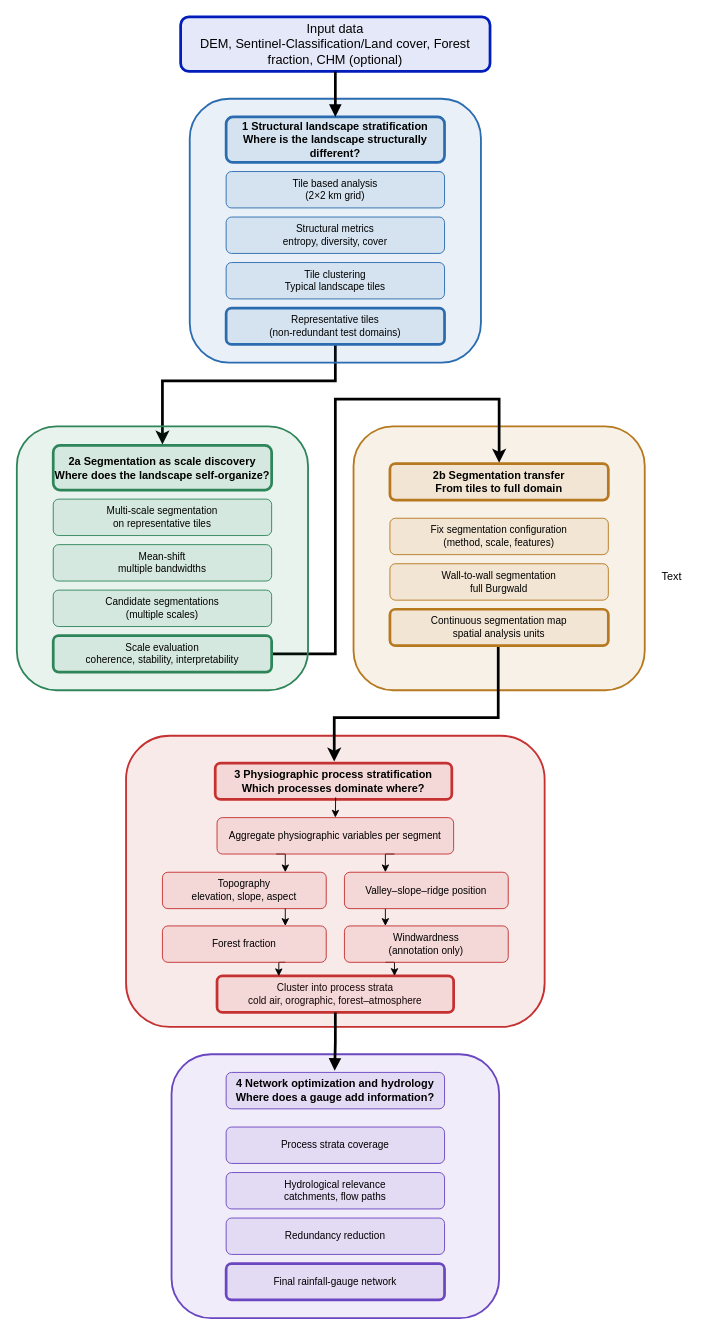
This is images/workflow.drawio from gisma-courses/LV-19-d19-006-25, a draw.io file, before an edit. Source tidied: cells renumbered, new cells numbered last; positions are measured from the earlier drawing's top-left corner, leaving out a move shared by most shapes. Both pictures are drawn from the tidied source at 91%, with x=0, y=0 at pixel (16, 16).
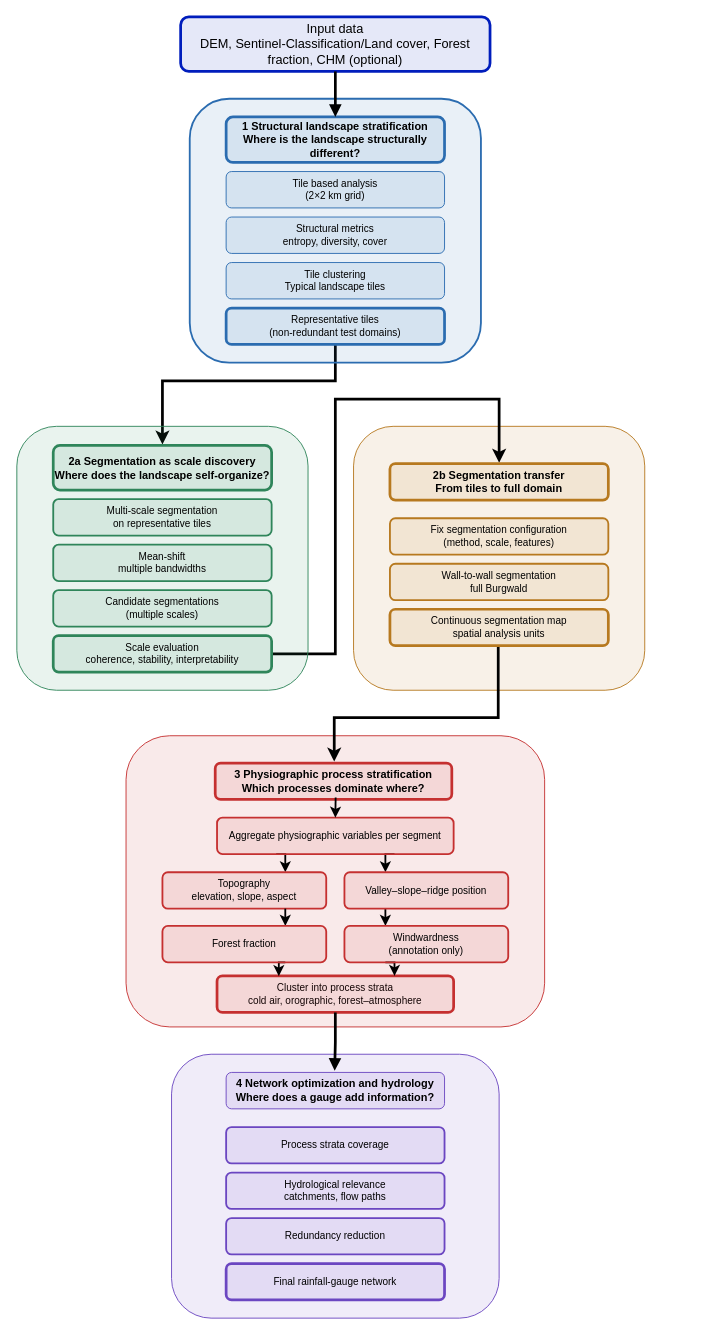
The same page after the edit.

Unchanged cells that the change refers to:
```xml
<mxCell id="3" style="group;fontColor=light-dark(#000000,#000000);strokeWidth=10;" parent="1" vertex="1">
  <mxGeometry x="120" y="790" width="460" height="320" as="geometry" />
</mxCell>
<mxCell id="4" value="Cluster into process strata&#10;cold air, orographic, forest–atmosphere" style="rounded=1;whiteSpace=wrap;html=1;fillColor=#C53030;fillOpacity=10;strokeColor=#C53030;fontSize=11;strokeWidth=3;fontColor=light-dark(#000000,#000000);" parent="3" vertex="1">
  <mxGeometry x="100" y="264" width="260" height="40" as="geometry" />
</mxCell>
<mxCell id="14" value="&lt;span style=&quot;font-size: 12px; font-weight: 700;&quot;&gt;3 Physiographic process stratification&lt;/span&gt;&lt;br style=&quot;font-size: 12px; font-weight: 700;&quot;&gt;&lt;span style=&quot;font-size: 12px; font-weight: 700;&quot;&gt;Which processes dominate where?&lt;/span&gt;" style="rounded=1;whiteSpace=wrap;html=1;fillColor=#C53030;fillOpacity=10;strokeColor=#C53030;fontSize=11;fontColor=light-dark(#000000,#000000);strokeWidth=3;" parent="3" vertex="1">
  <mxGeometry x="98" y="30" width="260" height="40" as="geometry" />
</mxCell>
```

The edit, as a diff of the source:
```diff
@@
-    <mxCell id="2" style="rounded=1;whiteSpace=wrap;html=1;fillColor=#B7791F;fillOpacity=10;strokeColor=#B7791F;strokeWidth=2;fontColor=light-dark(#000000,#000000);" parent="1" vertex="1">
+    <mxCell id="2" style="rounded=1;whiteSpace=wrap;html=1;fillColor=#B7791F;fillOpacity=10;strokeColor=#B7791F;strokeWidth=1;fontColor=light-dark(#000000,#000000);" parent="1" vertex="1">
       <mxGeometry x="370" y="450" width="320" height="290" as="geometry" />
     </mxCell>
@@
-    <mxCell id="5" style="rounded=1;whiteSpace=wrap;html=1;fillColor=#C53030;fillOpacity=10;strokeColor=#C53030;strokeWidth=2;fontColor=light-dark(#000000,#000000);" parent="3" vertex="1">
+    <mxCell id="5" style="rounded=1;whiteSpace=wrap;html=1;fillColor=#C53030;fillOpacity=10;strokeColor=#C53030;strokeWidth=1;fontColor=light-dark(#000000,#000000);" parent="3" vertex="1">
       <mxGeometry width="460" height="320" as="geometry" />
     </mxCell>
-    <mxCell id="6" style="edgeStyle=orthogonalEdgeStyle;rounded=0;jettySize=auto;html=1;exitX=0.75;exitY=1;exitDx=0;exitDy=0;entryX=0.25;entryY=0;entryDx=0;entryDy=0;strokeColor=light-dark(#000000,#000000);" parent="3" edge="1" source="8" target="11">
+    <mxCell id="6" style="edgeStyle=orthogonalEdgeStyle;rounded=0;jettySize=auto;html=1;exitX=0.75;exitY=1;exitDx=0;exitDy=0;entryX=0.25;entryY=0;entryDx=0;entryDy=0;strokeColor=light-dark(#000000,#000000);strokeWidth=2;" parent="3" edge="1" source="8" target="11">
       <mxGeometry relative="1" as="geometry" />
     </mxCell>
-    <mxCell id="7" style="edgeStyle=orthogonalEdgeStyle;rounded=0;jettySize=auto;html=1;exitX=0.25;exitY=1;exitDx=0;exitDy=0;entryX=0.75;entryY=0;entryDx=0;entryDy=0;strokeColor=light-dark(#000000,#000000);" parent="3" edge="1" source="8" target="9">
+    <mxCell id="7" style="edgeStyle=orthogonalEdgeStyle;rounded=0;jettySize=auto;html=1;exitX=0.25;exitY=1;exitDx=0;exitDy=0;entryX=0.75;entryY=0;entryDx=0;entryDy=0;strokeColor=light-dark(#000000,#000000);strokeWidth=2;" parent="3" edge="1" source="8" target="9">
       <mxGeometry relative="1" as="geometry" />
     </mxCell>
-    <mxCell id="8" value="Aggregate physiographic variables per segment" style="rounded=1;whiteSpace=wrap;html=1;fillColor=#C53030;fillOpacity=10;strokeColor=#C53030;fontSize=11;fontColor=light-dark(#000000,#000000);" parent="3" vertex="1">
+    <mxCell id="8" value="Aggregate physiographic variables per segment" style="rounded=1;whiteSpace=wrap;html=1;fillColor=#C53030;fillOpacity=10;strokeColor=#C53030;fontSize=11;fontColor=light-dark(#000000,#000000);strokeWidth=2;" parent="3" vertex="1">
       <mxGeometry x="100" y="90" width="260" height="40" as="geometry" />
     </mxCell>
-    <mxCell id="9" value="Topography&#10;elevation, slope, aspect" style="rounded=1;whiteSpace=wrap;html=1;fillColor=#C53030;fillOpacity=10;strokeColor=#C53030;fontSize=11;fontColor=light-dark(#000000,#000000);" parent="3" vertex="1">
+    <mxCell id="9" value="Topography&#10;elevation, slope, aspect" style="rounded=1;whiteSpace=wrap;html=1;fillColor=#C53030;fillOpacity=10;strokeColor=#C53030;fontSize=11;fontColor=light-dark(#000000,#000000);strokeWidth=2;" parent="3" vertex="1">
       <mxGeometry x="40" y="150" width="180" height="40" as="geometry" />
     </mxCell>
-    <mxCell id="10" style="edgeStyle=orthogonalEdgeStyle;rounded=0;jettySize=auto;html=1;exitX=0.25;exitY=1;exitDx=0;exitDy=0;entryX=0.25;entryY=0;entryDx=0;entryDy=0;strokeColor=light-dark(#000000,#000000);" parent="3" edge="1" source="11" target="13">
+    <mxCell id="10" style="edgeStyle=orthogonalEdgeStyle;rounded=0;jettySize=auto;html=1;exitX=0.25;exitY=1;exitDx=0;exitDy=0;entryX=0.25;entryY=0;entryDx=0;entryDy=0;strokeColor=light-dark(#000000,#000000);strokeWidth=2;" parent="3" edge="1" source="11" target="13">
       <mxGeometry relative="1" as="geometry" />
     </mxCell>
-    <mxCell id="11" value="Valley–slope–ridge position" style="rounded=1;whiteSpace=wrap;html=1;fillColor=#C53030;fillOpacity=10;strokeColor=#C53030;fontSize=11;fontColor=light-dark(#000000,#000000);" parent="3" vertex="1">
+    <mxCell id="11" value="Valley–slope–ridge position" style="rounded=1;whiteSpace=wrap;html=1;fillColor=#C53030;fillOpacity=10;strokeColor=#C53030;fontSize=11;fontColor=light-dark(#000000,#000000);strokeWidth=2;" parent="3" vertex="1">
       <mxGeometry x="240" y="150" width="180" height="40" as="geometry" />
     </mxCell>
-    <mxCell id="12" style="edgeStyle=orthogonalEdgeStyle;rounded=0;jettySize=auto;html=1;exitX=0.25;exitY=1;exitDx=0;exitDy=0;entryX=0.75;entryY=0;entryDx=0;entryDy=0;strokeColor=light-dark(#000000,#000000);" parent="3" edge="1" source="13" target="4">
+    <mxCell id="12" style="edgeStyle=orthogonalEdgeStyle;rounded=0;jettySize=auto;html=1;exitX=0.25;exitY=1;exitDx=0;exitDy=0;entryX=0.75;entryY=0;entryDx=0;entryDy=0;strokeColor=light-dark(#000000,#000000);strokeWidth=2;" parent="3" edge="1" source="13" target="4">
       <mxGeometry relative="1" as="geometry" />
     </mxCell>
-    <mxCell id="13" value="Windwardness&#10;(annotation only)" style="rounded=1;whiteSpace=wrap;html=1;fillColor=#C53030;fillOpacity=10;strokeColor=#C53030;fontSize=11;fontColor=light-dark(#000000,#000000);" parent="3" vertex="1">
+    <mxCell id="13" value="Windwardness&#10;(annotation only)" style="rounded=1;whiteSpace=wrap;html=1;fillColor=#C53030;fillOpacity=10;strokeColor=#C53030;fontSize=11;fontColor=light-dark(#000000,#000000);strokeWidth=2;" parent="3" vertex="1">
       <mxGeometry x="240" y="209" width="180" height="40" as="geometry" />
     </mxCell>
@@
-    <mxCell id="15" style="edgeStyle=orthogonalEdgeStyle;rounded=0;jettySize=auto;html=1;exitX=0.5;exitY=0;exitDx=0;exitDy=0;entryX=0.509;entryY=0.946;entryDx=0;entryDy=0;entryPerimeter=0;strokeColor=light-dark(#000000,#000000);endArrow=none;endFill=0;startArrow=classic;startFill=1;" parent="3" edge="1" source="8" target="14">
+    <mxCell id="15" style="edgeStyle=orthogonalEdgeStyle;rounded=0;jettySize=auto;html=1;exitX=0.5;exitY=0;exitDx=0;exitDy=0;entryX=0.509;entryY=0.946;entryDx=0;entryDy=0;entryPerimeter=0;strokeColor=light-dark(#000000,#000000);endArrow=none;endFill=0;startArrow=classic;startFill=1;strokeWidth=2;" parent="3" edge="1" source="8" target="14">
       <mxGeometry relative="1" as="geometry" />
     </mxCell>
-    <mxCell id="16" style="edgeStyle=orthogonalEdgeStyle;rounded=0;jettySize=auto;html=1;exitX=0.75;exitY=1;exitDx=0;exitDy=0;entryX=0.75;entryY=0;entryDx=0;entryDy=0;strokeColor=light-dark(#000000,#000000);" parent="3" edge="1" source="9" target="18">
+    <mxCell id="16" style="edgeStyle=orthogonalEdgeStyle;rounded=0;jettySize=auto;html=1;exitX=0.75;exitY=1;exitDx=0;exitDy=0;entryX=0.75;entryY=0;entryDx=0;entryDy=0;strokeColor=light-dark(#000000,#000000);strokeWidth=2;" parent="3" edge="1" source="9" target="18">
       <mxGeometry relative="1" as="geometry" />
     </mxCell>
-    <mxCell id="17" style="edgeStyle=orthogonalEdgeStyle;rounded=0;jettySize=auto;html=1;exitX=0.75;exitY=1;exitDx=0;exitDy=0;entryX=0.261;entryY=0.006;entryDx=0;entryDy=0;entryPerimeter=0;strokeColor=light-dark(#000000,#000000);" parent="3" edge="1" source="18" target="4">
+    <mxCell id="17" style="edgeStyle=orthogonalEdgeStyle;rounded=0;jettySize=auto;html=1;exitX=0.75;exitY=1;exitDx=0;exitDy=0;entryX=0.261;entryY=0.006;entryDx=0;entryDy=0;entryPerimeter=0;strokeColor=light-dark(#000000,#000000);strokeWidth=2;" parent="3" edge="1" source="18" target="4">
       <mxGeometry relative="1" as="geometry" />
     </mxCell>
-    <mxCell id="18" value="Forest fraction" style="rounded=1;whiteSpace=wrap;html=1;fillColor=#C53030;fillOpacity=10;strokeColor=#C53030;fontSize=11;fontColor=light-dark(#000000,#000000);" parent="3" vertex="1">
+    <mxCell id="18" value="Forest fraction" style="rounded=1;whiteSpace=wrap;html=1;fillColor=#C53030;fillOpacity=10;strokeColor=#C53030;fontSize=11;fontColor=light-dark(#000000,#000000);strokeWidth=2;" parent="3" vertex="1">
       <mxGeometry x="40" y="209" width="180" height="40" as="geometry" />
     </mxCell>
@@
-    <mxCell id="20" style="rounded=1;whiteSpace=wrap;html=1;fillColor=#6B46C1;fillOpacity=10;strokeColor=#6B46C1;strokeWidth=2;fontColor=light-dark(#000000,#000000);" parent="1" vertex="1">
+    <mxCell id="20" style="rounded=1;whiteSpace=wrap;html=1;fillColor=#6B46C1;fillOpacity=10;strokeColor=#6B46C1;strokeWidth=1;fontColor=light-dark(#000000,#000000);" parent="1" vertex="1">
       <mxGeometry x="170" y="1140" width="360" height="290" as="geometry" />
     </mxCell>
@@
-    <mxCell id="26" value="Text" style="text;html=1;whiteSpace=wrap;strokeColor=none;fillColor=none;align=center;verticalAlign=middle;rounded=0;" parent="1" vertex="1">
-      <mxGeometry x="690" y="600" width="60" height="30" as="geometry" />
-    </mxCell>
-    <mxCell id="27" value="Fix segmentation configuration&#10;(method, scale, features)" style="rounded=1;whiteSpace=wrap;html=1;fillColor=#B7791F;fillOpacity=10;strokeColor=#B7791F;fontSize=11;fontColor=light-dark(#000000,#000000);" parent="1" vertex="1">
+    <mxCell id="27" value="Fix segmentation configuration&#10;(method, scale, features)" style="rounded=1;whiteSpace=wrap;html=1;fillColor=#B7791F;fillOpacity=10;strokeColor=#B7791F;fontSize=11;fontColor=light-dark(#000000,#000000);strokeWidth=2;" parent="1" vertex="1">
       <mxGeometry x="410" y="551" width="240" height="40" as="geometry" />
     </mxCell>
-    <mxCell id="28" value="Wall-to-wall segmentation&#10;full Burgwald" style="rounded=1;whiteSpace=wrap;html=1;fillColor=#B7791F;fillOpacity=10;strokeColor=#B7791F;fontSize=11;fontColor=light-dark(#000000,#000000);" parent="1" vertex="1">
+    <mxCell id="28" value="Wall-to-wall segmentation&#10;full Burgwald" style="rounded=1;whiteSpace=wrap;html=1;fillColor=#B7791F;fillOpacity=10;strokeColor=#B7791F;fontSize=11;fontColor=light-dark(#000000,#000000);strokeWidth=2;" parent="1" vertex="1">
       <mxGeometry x="410" y="601" width="240" height="40" as="geometry" />
     </mxCell>
@@
-    <mxCell id="30" style="rounded=1;whiteSpace=wrap;html=1;fillColor=#2F855A;fillOpacity=10;strokeColor=#2F855A;strokeWidth=2;fontColor=light-dark(#000000,#000000);" parent="1" vertex="1">
+    <mxCell id="30" style="rounded=1;whiteSpace=wrap;html=1;fillColor=#2F855A;fillOpacity=10;strokeColor=#2F855A;strokeWidth=1;fontColor=light-dark(#000000,#000000);" parent="1" vertex="1">
       <mxGeometry y="450" width="320" height="290" as="geometry" />
     </mxCell>
-    <mxCell id="31" value="Multi-scale segmentation&#10;on representative tiles" style="rounded=1;whiteSpace=wrap;html=1;fillColor=#2F855A;fillOpacity=10;strokeColor=#2F855A;fontSize=11;fontColor=light-dark(#000000,#000000);" parent="1" vertex="1">
+    <mxCell id="31" value="Multi-scale segmentation&#10;on representative tiles" style="rounded=1;whiteSpace=wrap;html=1;fillColor=#2F855A;fillOpacity=10;strokeColor=#2F855A;fontSize=11;fontColor=light-dark(#000000,#000000);strokeWidth=2;" parent="1" vertex="1">
       <mxGeometry x="40" y="530" width="240" height="40" as="geometry" />
     </mxCell>
-    <mxCell id="32" value="Mean-shift&#10;multiple bandwidths" style="rounded=1;whiteSpace=wrap;html=1;fillColor=#2F855A;fillOpacity=10;strokeColor=#2F855A;fontSize=11;fontColor=light-dark(#000000,#000000);" parent="1" vertex="1">
+    <mxCell id="32" value="Mean-shift&#10;multiple bandwidths" style="rounded=1;whiteSpace=wrap;html=1;fillColor=#2F855A;fillOpacity=10;strokeColor=#2F855A;fontSize=11;fontColor=light-dark(#000000,#000000);strokeWidth=2;" parent="1" vertex="1">
       <mxGeometry x="40" y="580" width="240" height="40" as="geometry" />
     </mxCell>
-    <mxCell id="33" value="Candidate segmentations&#10;(multiple scales)" style="rounded=1;whiteSpace=wrap;html=1;fillColor=#2F855A;fillOpacity=10;strokeColor=#2F855A;fontSize=11;fontColor=light-dark(#000000,#000000);" parent="1" vertex="1">
+    <mxCell id="33" value="Candidate segmentations&#10;(multiple scales)" style="rounded=1;whiteSpace=wrap;html=1;fillColor=#2F855A;fillOpacity=10;strokeColor=#2F855A;fontSize=11;fontColor=light-dark(#000000,#000000);strokeWidth=2;" parent="1" vertex="1">
       <mxGeometry x="40" y="630" width="240" height="40" as="geometry" />
     </mxCell>
@@
-    <mxCell id="42" value="Process strata coverage" style="rounded=1;whiteSpace=wrap;html=1;fillColor=#6B46C1;fillOpacity=10;strokeColor=#6B46C1;fontSize=11;fontColor=light-dark(#000000,#000000);" parent="1" vertex="1">
+    <mxCell id="42" value="Process strata coverage" style="rounded=1;whiteSpace=wrap;html=1;fillColor=#6B46C1;fillOpacity=10;strokeColor=#6B46C1;fontSize=11;fontColor=light-dark(#000000,#000000);strokeWidth=2;" parent="1" vertex="1">
       <mxGeometry x="230" y="1220" width="240" height="40" as="geometry" />
     </mxCell>
-    <mxCell id="43" value="Hydrological relevance&#10;catchments, flow paths" style="rounded=1;whiteSpace=wrap;html=1;fillColor=#6B46C1;fillOpacity=10;strokeColor=#6B46C1;fontSize=11;fontColor=light-dark(#000000,#000000);" parent="1" vertex="1">
+    <mxCell id="43" value="Hydrological relevance&#10;catchments, flow paths" style="rounded=1;whiteSpace=wrap;html=1;fillColor=#6B46C1;fillOpacity=10;strokeColor=#6B46C1;fontSize=11;fontColor=light-dark(#000000,#000000);strokeWidth=2;" parent="1" vertex="1">
       <mxGeometry x="230" y="1270" width="240" height="40" as="geometry" />
     </mxCell>
-    <mxCell id="44" value="Redundancy reduction" style="rounded=1;whiteSpace=wrap;html=1;fillColor=#6B46C1;fillOpacity=10;strokeColor=#6B46C1;fontSize=11;fontColor=light-dark(#000000,#000000);" parent="1" vertex="1">
+    <mxCell id="44" value="Redundancy reduction" style="rounded=1;whiteSpace=wrap;html=1;fillColor=#6B46C1;fillOpacity=10;strokeColor=#6B46C1;fontSize=11;fontColor=light-dark(#000000,#000000);strokeWidth=2;" parent="1" vertex="1">
       <mxGeometry x="230" y="1320" width="240" height="40" as="geometry" />
     </mxCell>
```
